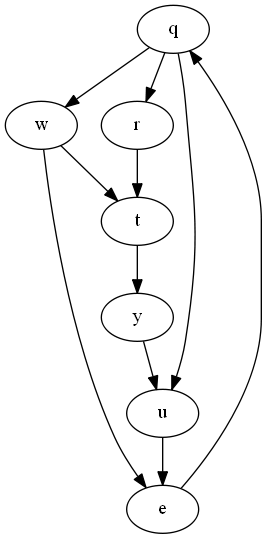
Earlier version of the Graphviz export TeoriaDosGrafos/src/os/img/fileS.png (alexandrepsjf/Grafos). Its source is kept beside it as TeoriaDosGrafos/src/os/dot/fileS.dot.
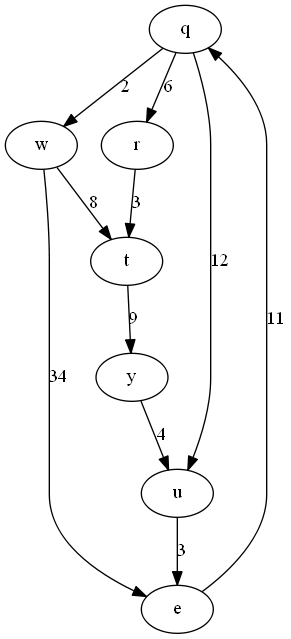
Above is the later version.

Change to the diagram source:
```diff
@@ -1,11 +1,11 @@
-digraph G {q -> w ;
-w -> e ;
-q -> r ;
-r -> t ;
-t -> y ;
-y -> u ;
-q -> u ;
-u -> e ;
-e -> q ;
-w -> t ;
+digraph G {q -> w[label=2];
+w -> e[label=34];
+q -> r[label=6];
+r -> t[label=3];
+t -> y[label=9];
+y -> u[label=4];
+q -> u[label=12];
+u -> e[label=3];
+e -> q[label=11];
+w -> t[label=8];
 }
```
